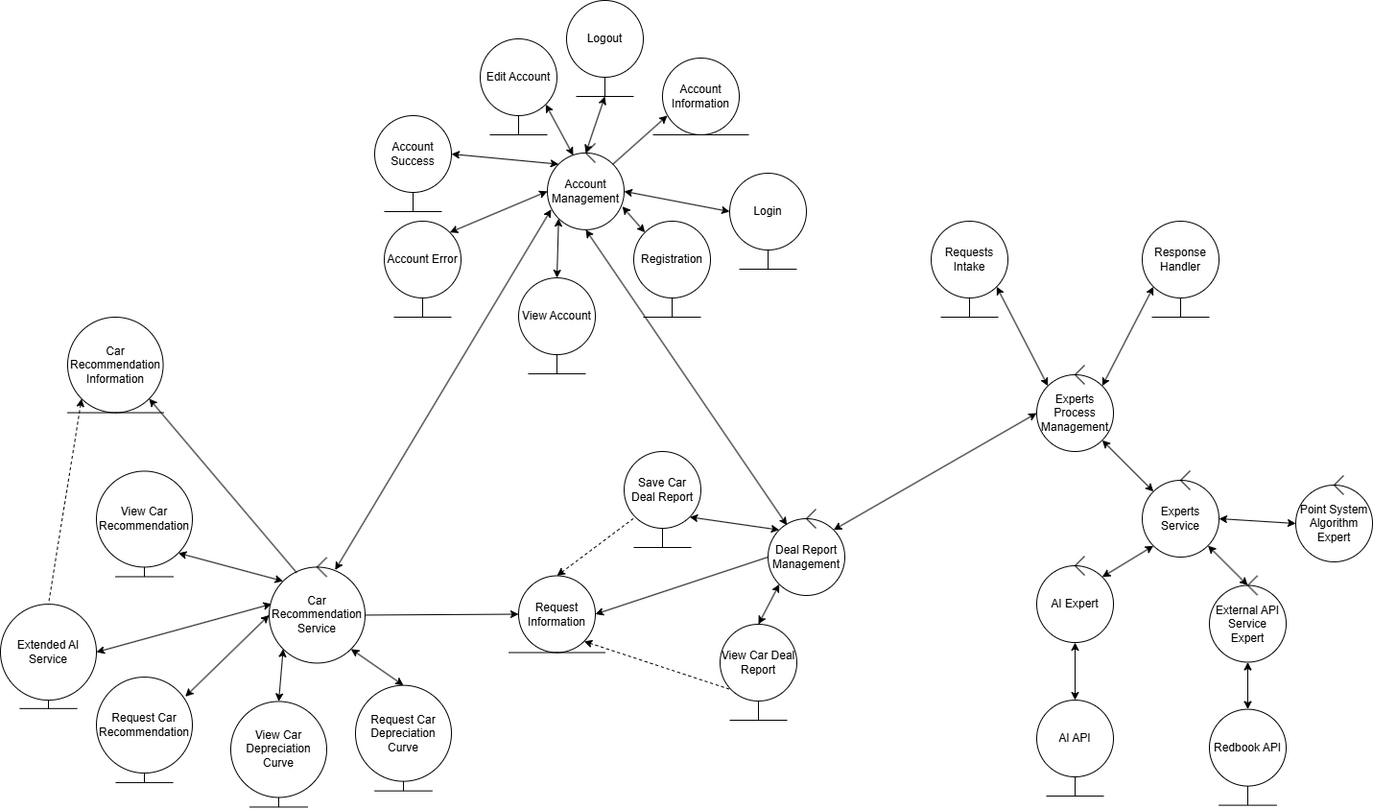
The draw.io diagram D2/3A04_acd.png in AhsanM71/SFWRENG-3A04-D1, before a commit. Source tidied: cells renumbered, new cells last; positions are measured from the earlier drawing's top-left corner, leaving out a move shared by most shapes.
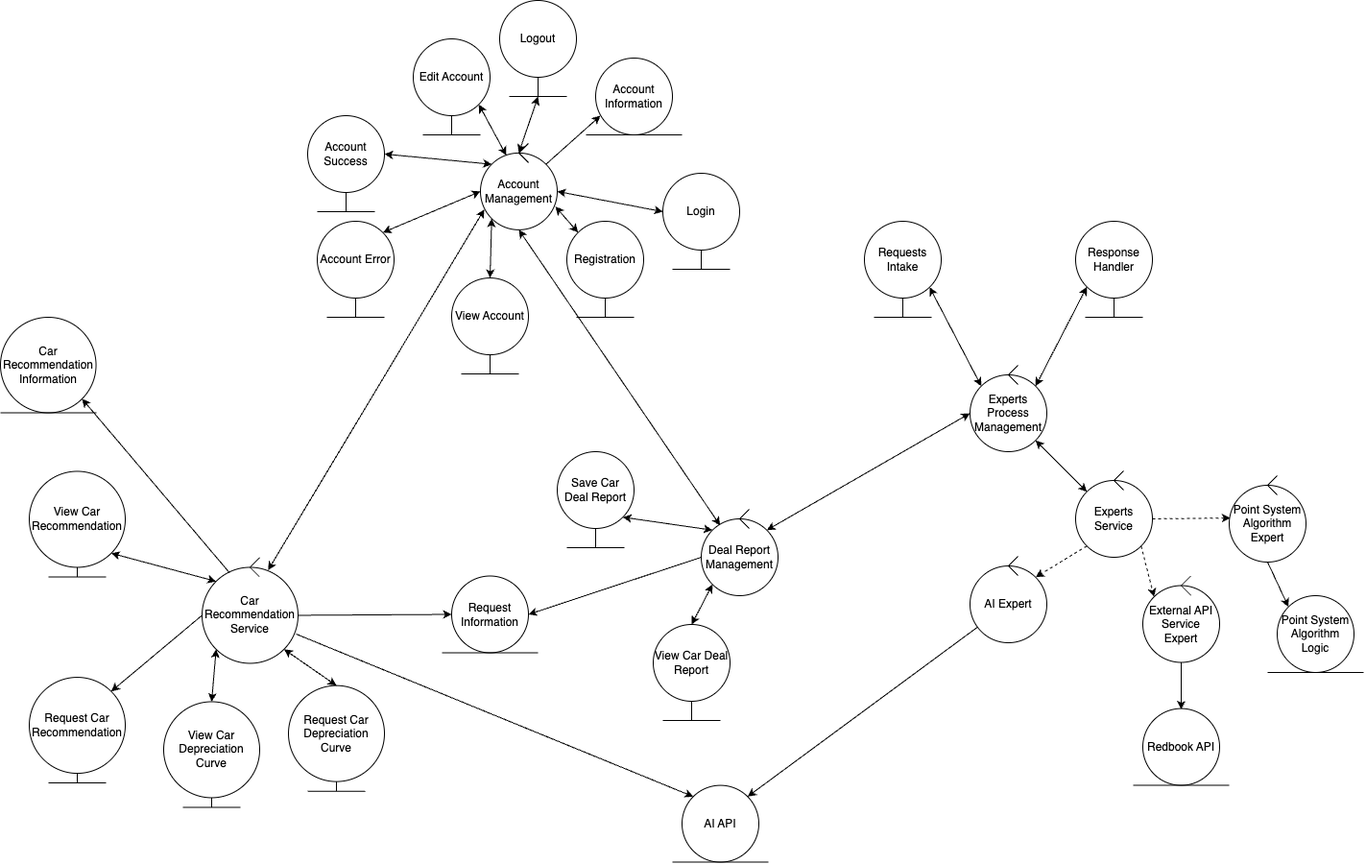
After the commit.

Commit message:
Update D2 diagrams and CRCs

Change to the diagram source:
```diff
@@ -59,34 +59,15 @@
     <mxCell id="14" style="endArrow=classic;startArrow=classic;html=1;rounded=0;exitX=1;exitY=1;exitDx=0;exitDy=0;entryX=0;entryY=0;entryDx=0;entryDy=0;" parent="1" edge="1" source="2" target="11">
       <mxGeometry relative="1" as="geometry" />
     </mxCell>
-    <mxCell id="15" value="Redbook API" style="ellipse;whiteSpace=wrap;html=1;" parent="1" vertex="1">
-      <mxGeometry x="1260" y="738.6" width="80" height="80" as="geometry" />
-    </mxCell>
-    <mxCell id="16" style="endArrow=none;html=1;rounded=0;entryX=0.5;entryY=1;entryDx=0;entryDy=0;" parent="1" edge="1" target="15">
-      <mxGeometry relative="1" as="geometry">
-        <mxPoint x="1300" y="838.6" as="sourcePoint" />
-      </mxGeometry>
-    </mxCell>
-    <mxCell id="17" style="endArrow=none;html=1;rounded=0;" parent="1" edge="1">
-      <mxGeometry relative="1" as="geometry">
-        <mxPoint x="1270" y="838.6" as="sourcePoint" />
-        <mxPoint x="1330" y="838.6" as="targetPoint" />
-      </mxGeometry>
-    </mxCell>
-    <mxCell id="18" value="AI API" style="ellipse;whiteSpace=wrap;html=1;" parent="1" vertex="1">
-      <mxGeometry x="1080" y="729" width="80" height="80" as="geometry" />
-    </mxCell>
-    <mxCell id="19" style="endArrow=none;html=1;rounded=0;entryX=0.5;entryY=1;entryDx=0;entryDy=0;" parent="1" edge="1" target="18">
-      <mxGeometry relative="1" as="geometry">
-        <mxPoint x="1120" y="829" as="sourcePoint" />
-      </mxGeometry>
-    </mxCell>
-    <mxCell id="20" style="endArrow=none;html=1;rounded=0;" parent="1" edge="1">
-      <mxGeometry relative="1" as="geometry">
-        <mxPoint x="1090" y="829" as="sourcePoint" />
-        <mxPoint x="1150" y="829" as="targetPoint" />
-      </mxGeometry>
-    </mxCell>
+    <mxCell id="121" style="endArrow=classic;dashed=1;html=1;rounded=0;exitX=1;exitY=0.5;exitDx=0;exitDy=0;endFill=1;entryX=0.017;entryY=0.426;entryDx=0;entryDy=0;entryPerimeter=0;" parent="1" edge="1" source="11" target="103">
+      <mxGeometry relative="1" as="geometry" />
+    </mxCell>
+    <mxCell id="122" style="endArrow=classic;dashed=1;html=1;rounded=0;entryX=0;entryY=0;entryDx=0;entryDy=0;exitX=1;exitY=1;exitDx=0;exitDy=0;endFill=1;" parent="1" edge="1" source="11" target="110">
+      <mxGeometry relative="1" as="geometry" />
+    </mxCell>
+    <mxCell id="123" style="endArrow=classic;dashed=1;html=1;rounded=0;entryX=1;entryY=0;entryDx=0;entryDy=0;exitX=0;exitY=1;exitDx=0;exitDy=0;endFill=1;" parent="1" edge="1" source="11" target="114">
+      <mxGeometry relative="1" as="geometry" />
+    </mxCell>
     <mxCell id="21" style="endArrow=classic;html=1;rounded=0;startArrow=classic;startFill=1;exitX=1;exitY=0;exitDx=0;exitDy=0;entryX=0;entryY=1;entryDx=0;entryDy=0;endFill=1;" parent="1" edge="1" source="2" target="5">
       <mxGeometry relative="1" as="geometry" />
     </mxCell>
@@ -159,12 +140,6 @@
     <mxCell id="38" style="endArrow=classic;html=1;rounded=0;entryX=0.5;entryY=0;entryDx=0;entryDy=0;exitX=0;exitY=1;exitDx=0;exitDy=0;startArrow=classic;startFill=1;" parent="1" edge="1" source="24" target="35">
       <mxGeometry relative="1" as="geometry" />
     </mxCell>
-    <mxCell id="39" style="endArrow=none;dashed=1;html=1;rounded=0;entryX=0;entryY=1;entryDx=0;entryDy=0;exitX=1;exitY=1;exitDx=0;exitDy=0;endFill=1;startFill=1;startArrow=classic;" parent="1" edge="1" source="28" target="35">
-      <mxGeometry relative="1" as="geometry" />
-    </mxCell>
-    <mxCell id="40" style="endArrow=none;dashed=1;html=1;rounded=0;entryX=0;entryY=1;entryDx=0;entryDy=0;exitX=0.5;exitY=0;exitDx=0;exitDy=0;endFill=1;startFill=1;startArrow=classic;" parent="1" edge="1" source="28" target="31">
-      <mxGeometry relative="1" as="geometry" />
-    </mxCell>
     <mxCell id="41" style="rounded=0;jettySize=auto;html=1;exitX=0.5;exitY=0;exitDx=0;exitDy=0;startArrow=classic;startFill=1;" parent="1" edge="1" source="42">
       <mxGeometry relative="1" as="geometry">
         <mxPoint x="630" y="100" as="targetPoint" />
@@ -307,6 +282,9 @@
     <mxCell id="74" style="rounded=0;jettySize=auto;html=1;exitX=1;exitY=0.5;exitDx=0;exitDy=0;entryX=0;entryY=0.5;entryDx=0;entryDy=0;startArrow=none;startFill=0;" parent="1" edge="1" source="75" target="28">
       <mxGeometry relative="1" as="geometry" />
     </mxCell>
+    <mxCell id="124" style="rounded=0;jettySize=auto;html=1;exitX=0.98;exitY=0.695;exitDx=0;exitDy=0;entryX=0;entryY=0;entryDx=0;entryDy=0;exitPerimeter=0;" parent="1" edge="1" source="75" target="18">
+      <mxGeometry relative="1" as="geometry" />
+    </mxCell>
     <mxCell id="75" value="Car Recommendation Service" style="ellipse;whiteSpace=wrap;html=1;" parent="1" vertex="1">
       <mxGeometry x="280" y="590.5" width="100" height="100" as="geometry" />
     </mxCell>
@@ -402,26 +380,12 @@
         <mxPoint x="180" y="815.1" as="targetPoint" />
       </mxGeometry>
     </mxCell>
-    <mxCell id="98" value="Extended AI Service" style="ellipse;whiteSpace=wrap;html=1;" parent="1" vertex="1">
-      <mxGeometry y="629.1" width="100" height="100" as="geometry" />
-    </mxCell>
-    <mxCell id="99" style="endArrow=none;html=1;rounded=0;entryX=0.5;entryY=1;entryDx=0;entryDy=0;" parent="1" edge="1" target="98">
-      <mxGeometry relative="1" as="geometry">
-        <mxPoint x="50" y="737.8" as="sourcePoint" />
-      </mxGeometry>
-    </mxCell>
-    <mxCell id="100" style="endArrow=none;html=1;rounded=0;" parent="1" edge="1">
-      <mxGeometry relative="1" as="geometry">
-        <mxPoint x="20" y="737.8" as="sourcePoint" />
-        <mxPoint x="80" y="737.8" as="targetPoint" />
-      </mxGeometry>
-    </mxCell>
-    <mxCell id="101" style="endArrow=none;dashed=1;html=1;rounded=0;entryX=0.5;entryY=0;entryDx=0;entryDy=0;exitX=0;exitY=1;exitDx=0;exitDy=0;endFill=1;startFill=1;startArrow=classic;" parent="1" edge="1" source="82" target="98">
-      <mxGeometry relative="1" as="geometry" />
-    </mxCell>
-    <mxCell id="102" style="endArrow=classic;startArrow=classic;html=1;rounded=0;exitX=1;exitY=0.5;exitDx=0;exitDy=0;entryX=0.026;entryY=0.384;entryDx=0;entryDy=0;entryPerimeter=0;" parent="1" edge="1" source="98" target="75">
-      <mxGeometry relative="1" as="geometry" />
-    </mxCell>
+    <mxCell id="125" style="endArrow=classic;html=1;rounded=0;entryX=1;entryY=0;entryDx=0;entryDy=0;exitX=0;exitY=0.5;exitDx=0;exitDy=0;" parent="1" edge="1" source="75" target="95">
+      <mxGeometry relative="1" as="geometry" />
+    </mxCell>
+    <mxCell id="126" style="rounded=0;jettySize=auto;html=1;exitX=0.5;exitY=1;exitDx=0;exitDy=0;entryX=0;entryY=0;entryDx=0;entryDy=0;" parent="1" edge="1" source="103" target="131">
+      <mxGeometry relative="1" as="geometry" />
+    </mxCell>
     <mxCell id="103" value="Point System Algorithm Expert" style="ellipse;whiteSpace=wrap;html=1;" parent="1" vertex="1">
       <mxGeometry x="1350" y="505" width="80" height="80" as="geometry" />
     </mxCell>
@@ -449,8 +413,10 @@
         <mxPoint x="660" y="100" as="targetPoint" />
       </mxGeometry>
     </mxCell>
-    <mxCell id="109" style="edgeStyle=orthogonalEdgeStyle;rounded=0;jettySize=auto;html=1;entryX=0.5;entryY=0;entryDx=0;entryDy=0;startArrow=classic;startFill=1;" parent="1" edge="1" source="110" target="15">
-      <mxGeometry relative="1" as="geometry" />
+    <mxCell id="109" style="edgeStyle=orthogonalEdgeStyle;rounded=0;jettySize=auto;html=1;entryX=0.5;entryY=0;entryDx=0;entryDy=0;startArrow=none;startFill=0;endArrow=classic;endFill=1;" parent="1" edge="1" source="110">
+      <mxGeometry relative="1" as="geometry">
+        <mxPoint x="1300" y="738.6" as="targetPoint" />
+      </mxGeometry>
     </mxCell>
     <mxCell id="110" value="External API Service Expert" style="ellipse;whiteSpace=wrap;html=1;" parent="1" vertex="1">
       <mxGeometry x="1260" y="609.5" width="80" height="80" as="geometry" />
@@ -465,7 +431,7 @@
         <mxPoint x="1310" y="599.5" as="targetPoint" />
       </mxGeometry>
     </mxCell>
-    <mxCell id="113" style="edgeStyle=orthogonalEdgeStyle;rounded=0;jettySize=auto;html=1;entryX=0.5;entryY=0;entryDx=0;entryDy=0;startArrow=classic;startFill=1;" parent="1" edge="1" source="114" target="18">
+    <mxCell id="113" style="rounded=0;jettySize=auto;html=1;entryX=1;entryY=0;entryDx=0;entryDy=0;startArrow=none;startFill=0;endArrow=classic;endFill=1;" parent="1" edge="1" source="114" target="18">
       <mxGeometry relative="1" as="geometry" />
     </mxCell>
     <mxCell id="114" value="AI Expert" style="ellipse;whiteSpace=wrap;html=1;" parent="1" vertex="1">
@@ -481,17 +447,44 @@
         <mxPoint x="1130" y="579" as="targetPoint" />
       </mxGeometry>
     </mxCell>
-    <mxCell id="117" style="endArrow=classic;startArrow=classic;html=1;rounded=0;exitX=1;exitY=0;exitDx=0;exitDy=0;entryX=0;entryY=1;entryDx=0;entryDy=0;" parent="1" edge="1" source="114" target="11">
-      <mxGeometry relative="1" as="geometry" />
-    </mxCell>
-    <mxCell id="118" style="endArrow=classic;startArrow=classic;html=1;rounded=0;exitX=0.5;exitY=0;exitDx=0;exitDy=0;" parent="1" edge="1" source="110" target="11">
-      <mxGeometry relative="1" as="geometry" />
-    </mxCell>
-    <mxCell id="119" style="endArrow=classic;startArrow=classic;html=1;rounded=0;exitX=0;exitY=0.5;exitDx=0;exitDy=0;entryX=1;entryY=0.5;entryDx=0;entryDy=0;" parent="1" edge="1" source="103" target="11">
-      <mxGeometry relative="1" as="geometry" />
-    </mxCell>
-    <mxCell id="120" style="endArrow=classic;startArrow=classic;html=1;rounded=0;entryX=0;entryY=0.5;entryDx=0;entryDy=0;exitX=0.927;exitY=0.203;exitDx=0;exitDy=0;exitPerimeter=0;" parent="1" edge="1" source="95" target="75">
-      <mxGeometry relative="1" as="geometry" />
-    </mxCell>
+    <mxCell id="18" value="AI API" style="ellipse;whiteSpace=wrap;html=1;" parent="1" vertex="1">
+      <mxGeometry x="780" y="817.6" width="80" height="80" as="geometry" />
+    </mxCell>
+    <mxCell id="127" style="endArrow=none;html=1;rounded=0;entryX=0.5;entryY=1;entryDx=0;entryDy=0;" parent="1" edge="1" target="18">
+      <mxGeometry relative="1" as="geometry">
+        <mxPoint x="770" y="897.6" as="sourcePoint" />
+      </mxGeometry>
+    </mxCell>
+    <mxCell id="128" style="endArrow=none;html=1;rounded=0;exitX=0.5;exitY=1;exitDx=0;exitDy=0;" parent="1" edge="1" source="18">
+      <mxGeometry relative="1" as="geometry">
+        <mxPoint x="870" y="897.6" as="targetPoint" />
+      </mxGeometry>
+    </mxCell>
+    <mxCell id="15" value="Redbook API" style="ellipse;whiteSpace=wrap;html=1;" parent="1" vertex="1">
+      <mxGeometry x="1260" y="737.6" width="80" height="80" as="geometry" />
+    </mxCell>
+    <mxCell id="129" style="endArrow=none;html=1;rounded=0;entryX=0.5;entryY=1;entryDx=0;entryDy=0;" parent="1" edge="1" target="15">
+      <mxGeometry relative="1" as="geometry">
+        <mxPoint x="1250" y="817.6" as="sourcePoint" />
+      </mxGeometry>
+    </mxCell>
+    <mxCell id="130" style="endArrow=none;html=1;rounded=0;exitX=0.5;exitY=1;exitDx=0;exitDy=0;" parent="1" edge="1" source="15">
+      <mxGeometry relative="1" as="geometry">
+        <mxPoint x="1350" y="817.6" as="targetPoint" />
+      </mxGeometry>
+    </mxCell>
+    <mxCell id="131" value="Point System Algorithm Logic" style="ellipse;whiteSpace=wrap;html=1;" parent="1" vertex="1">
+      <mxGeometry x="1400" y="620" width="80" height="80" as="geometry" />
+    </mxCell>
+    <mxCell id="132" style="endArrow=none;html=1;rounded=0;entryX=0.5;entryY=1;entryDx=0;entryDy=0;" parent="1" edge="1" target="131">
+      <mxGeometry relative="1" as="geometry">
+        <mxPoint x="1390" y="700" as="sourcePoint" />
+      </mxGeometry>
+    </mxCell>
+    <mxCell id="133" style="endArrow=none;html=1;rounded=0;exitX=0.5;exitY=1;exitDx=0;exitDy=0;" parent="1" edge="1" source="131">
+      <mxGeometry relative="1" as="geometry">
+        <mxPoint x="1490" y="700" as="targetPoint" />
+      </mxGeometry>
+    </mxCell>
   </root>
 </mxGraphModel>
```
